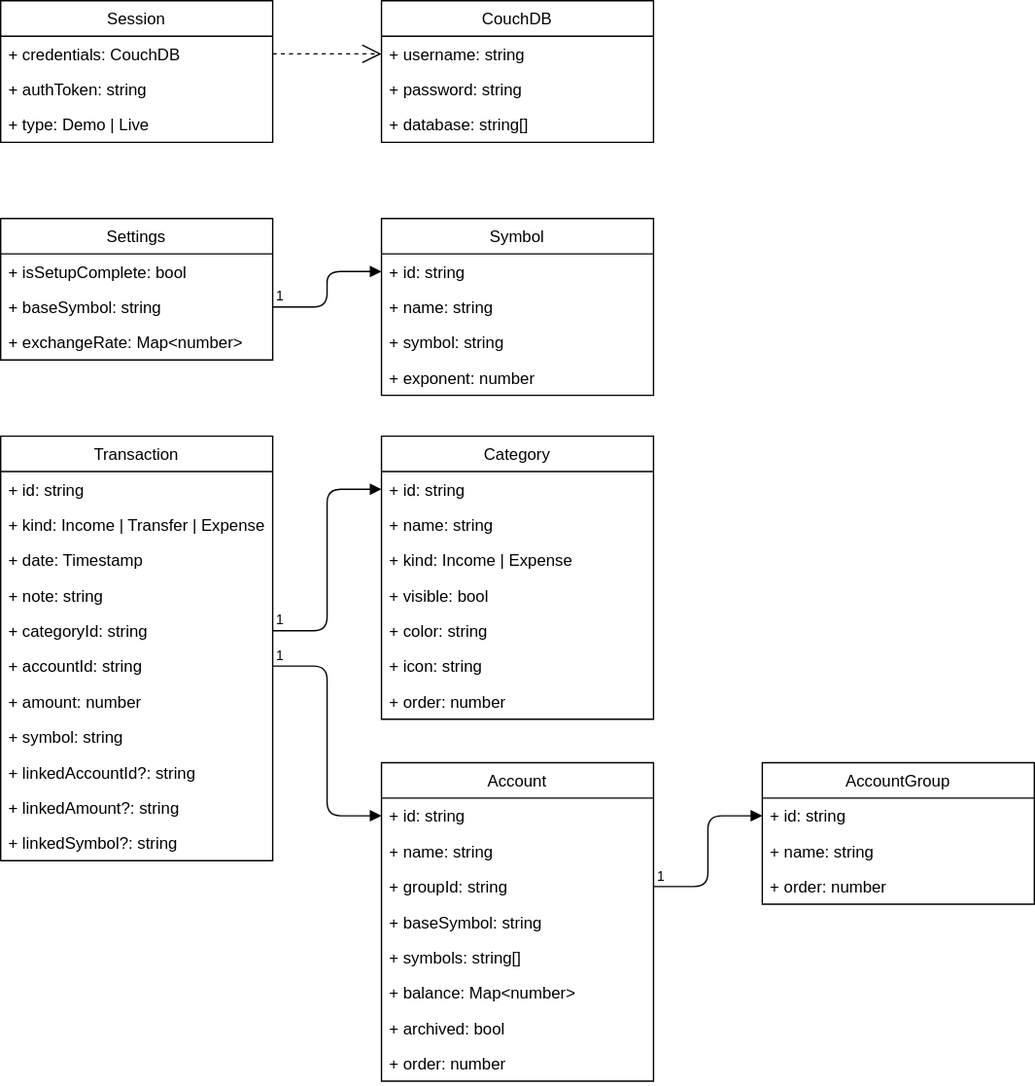
Earlier version of the draw.io export docs/assets/data-model-in-memory.svg (ayastreb/money-tracker). Source tidied: cells renumbered, new cells last; positions are measured from the earlier drawing's top-left corner, leaving out a move shared by most shapes.
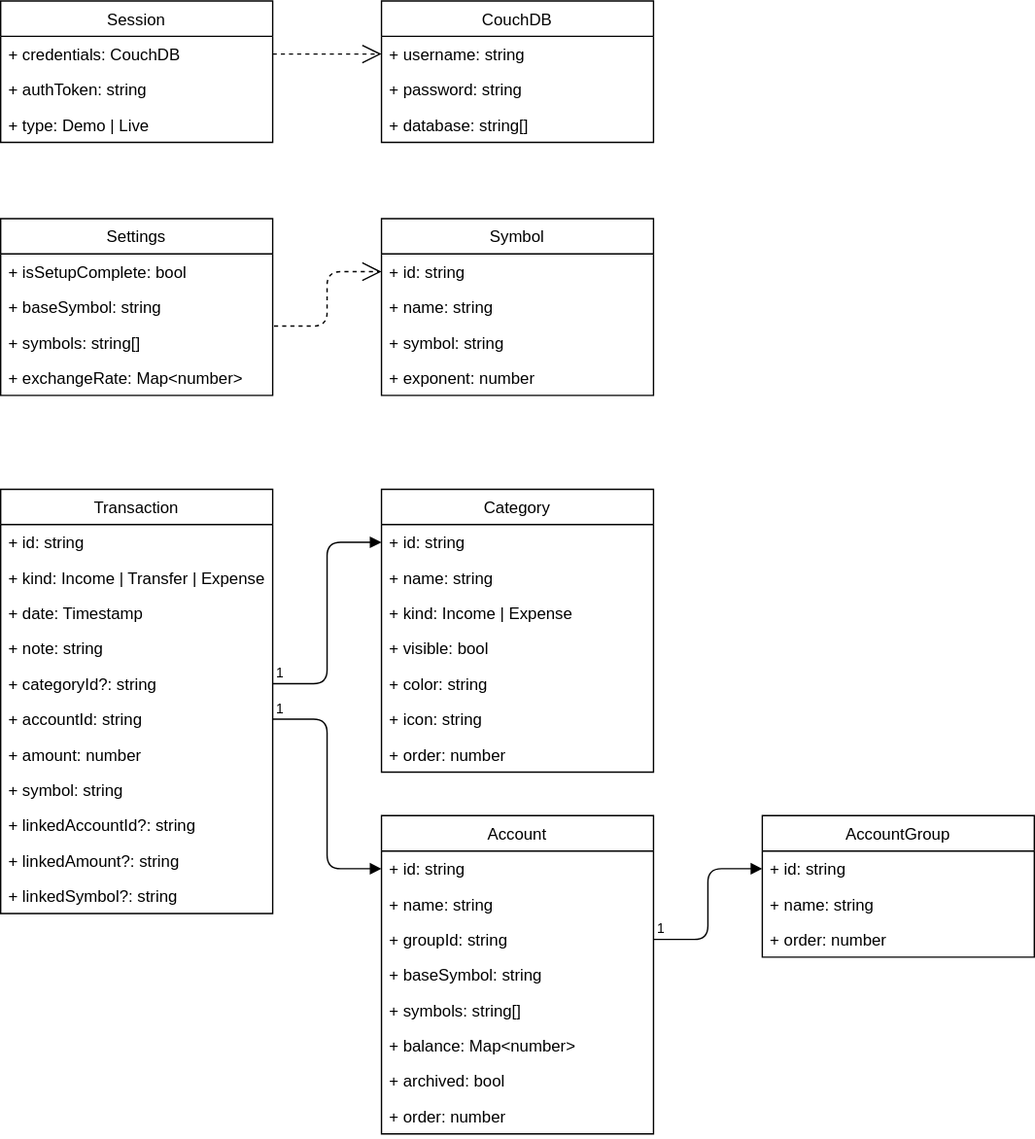
After the commit.

What changed in the source:
```diff
@@ -15,7 +15,7 @@
       <mxGeometry y="78" width="200" height="26" as="geometry" />
     </mxCell>
     <mxCell id="6" value="Settings" style="swimlane;fontStyle=0;horizontal=1;startSize=26;fillColor=none;" parent="1" vertex="1">
-      <mxGeometry y="160" width="200" height="104" as="geometry" />
+      <mxGeometry y="160" width="200" height="130" as="geometry" />
     </mxCell>
     <mxCell id="7" value="+ isSetupComplete: bool" style="text;strokeColor=none;fillColor=none;align=left;verticalAlign=top;spacingLeft=4;spacingRight=4;overflow=hidden;" parent="6" vertex="1">
       <mxGeometry y="26" width="200" height="26" as="geometry" />
@@ -23,11 +23,14 @@
     <mxCell id="8" value="+ baseSymbol: string" style="text;strokeColor=none;fillColor=none;align=left;verticalAlign=top;spacingLeft=4;spacingRight=4;overflow=hidden;points=[[0,0.5],[1,0.5]];portConstraint=eastwest;" parent="6" vertex="1">
       <mxGeometry y="52" width="200" height="26" as="geometry" />
     </mxCell>
+    <mxCell id="61" value="+ symbols: string[]" style="text;strokeColor=none;fillColor=none;align=left;verticalAlign=top;spacingLeft=4;spacingRight=4;overflow=hidden;points=[[0,0.5],[1,0.5]];portConstraint=eastwest;" parent="6" vertex="1">
+      <mxGeometry y="78" width="200" height="26" as="geometry" />
+    </mxCell>
     <mxCell id="9" value="+ exchangeRate: Map&lt;number&gt;" style="text;strokeColor=none;fillColor=none;align=left;verticalAlign=top;spacingLeft=4;spacingRight=4;overflow=hidden;" parent="6" vertex="1">
-      <mxGeometry y="78" width="200" height="26" as="geometry" />
+      <mxGeometry y="104" width="200" height="26" as="geometry" />
     </mxCell>
     <mxCell id="10" value="Account" style="swimlane;fontStyle=0;horizontal=1;startSize=26;fillColor=none;" parent="1" vertex="1">
-      <mxGeometry x="280" y="560" width="200" height="234" as="geometry" />
+      <mxGeometry x="280" y="599" width="200" height="234" as="geometry" />
     </mxCell>
     <mxCell id="11" value="+ id: string" style="text;strokeColor=none;fillColor=none;align=left;verticalAlign=top;spacingLeft=4;spacingRight=4;overflow=hidden;points=[[0,0.5],[1,0.5]];portConstraint=eastwest;" parent="10" vertex="1">
       <mxGeometry y="26" width="200" height="26" as="geometry" />
@@ -54,7 +57,7 @@
       <mxGeometry y="208" width="200" height="26" as="geometry" />
     </mxCell>
     <mxCell id="19" value="Transaction" style="swimlane;fontStyle=0;horizontal=1;startSize=26;fillColor=none;" parent="1" vertex="1">
-      <mxGeometry y="320" width="200" height="312" as="geometry" />
+      <mxGeometry y="359" width="200" height="312" as="geometry" />
     </mxCell>
     <mxCell id="20" value="+ id: string" style="text;strokeColor=none;fillColor=none;align=left;verticalAlign=top;spacingLeft=4;spacingRight=4;overflow=hidden;" parent="19" vertex="1">
       <mxGeometry y="26" width="200" height="26" as="geometry" />
@@ -68,7 +71,7 @@
     <mxCell id="23" value="+ note: string" style="text;strokeColor=none;fillColor=none;align=left;verticalAlign=top;spacingLeft=4;spacingRight=4;overflow=hidden;" parent="19" vertex="1">
       <mxGeometry y="104" width="200" height="26" as="geometry" />
     </mxCell>
-    <mxCell id="24" value="+ categoryId: string" style="text;strokeColor=none;fillColor=none;align=left;verticalAlign=top;spacingLeft=4;spacingRight=4;overflow=hidden;points=[[0,0.5],[1,0.5]];portConstraint=eastwest;" parent="19" vertex="1">
+    <mxCell id="24" value="+ categoryId?: string" style="text;strokeColor=none;fillColor=none;align=left;verticalAlign=top;spacingLeft=4;spacingRight=4;overflow=hidden;points=[[0,0.5],[1,0.5]];portConstraint=eastwest;" parent="19" vertex="1">
       <mxGeometry y="130" width="200" height="26" as="geometry" />
     </mxCell>
     <mxCell id="25" value="+ accountId: string" style="text;strokeColor=none;fillColor=none;align=left;verticalAlign=top;spacingLeft=4;spacingRight=4;overflow=hidden;points=[[0,0.5],[1,0.5]];portConstraint=eastwest;" parent="19" vertex="1">
@@ -96,7 +99,7 @@
       <mxGeometry x="-1" relative="1" as="geometry" />
     </mxCell>
     <mxCell id="33" value="Category" style="swimlane;fontStyle=0;horizontal=1;startSize=26;fillColor=none;" parent="1" vertex="1">
-      <mxGeometry x="280" y="320" width="200" height="208" as="geometry" />
+      <mxGeometry x="280" y="359" width="200" height="208" as="geometry" />
     </mxCell>
     <mxCell id="34" value="+ id: string" style="text;strokeColor=none;fillColor=none;align=left;verticalAlign=top;spacingLeft=4;spacingRight=4;overflow=hidden;points=[[0,0.5],[1,0.5]];portConstraint=eastwest;" parent="33" vertex="1">
       <mxGeometry y="26" width="200" height="26" as="geometry" />
@@ -126,7 +129,7 @@
       <mxGeometry x="-1" relative="1" as="geometry" />
     </mxCell>
     <mxCell id="43" value="AccountGroup" style="swimlane;fontStyle=0;horizontal=1;startSize=26;fillColor=none;" parent="1" vertex="1">
-      <mxGeometry x="560" y="560" width="200" height="104" as="geometry" />
+      <mxGeometry x="560" y="599" width="200" height="104" as="geometry" />
     </mxCell>
     <mxCell id="44" value="+ id: string" style="text;strokeColor=none;fillColor=none;align=left;verticalAlign=top;spacingLeft=4;spacingRight=4;overflow=hidden;points=[[0,0.5],[1,0.5]];portConstraint=eastwest;" parent="43" vertex="1">
       <mxGeometry y="26" width="200" height="26" as="geometry" />
@@ -173,11 +176,13 @@
     <mxCell id="58" style="endArrow=open;endSize=12;dashed=1;html=1;exitX=1;exitY=0.5;entryX=0;entryY=0.5;" parent="1" edge="1" source="3" target="55">
       <mxGeometry relative="1" as="geometry" />
     </mxCell>
-    <mxCell id="59" style="endArrow=block;endFill=1;html=1;edgeStyle=orthogonalEdgeStyle;align=left;verticalAlign=top;exitX=1;exitY=0.5;entryX=0;entryY=0.5;" parent="1" edge="1" source="8" target="50">
-      <mxGeometry x="-1" relative="1" as="geometry" />
-    </mxCell>
-    <mxCell id="60" value="1" style="html=1;align=left;verticalAlign=bottom;labelBackgroundColor=#ffffff;fontSize=10;" parent="59" vertex="1">
-      <mxGeometry x="-1" relative="1" as="geometry" />
-    </mxCell>
+    <mxCell id="62" style="endArrow=open;endSize=12;dashed=1;html=1;exitX=1.004;exitY=0.054;entryX=0;entryY=0.5;edgeStyle=orthogonalEdgeStyle;exitPerimeter=0;" parent="1" edge="1" source="61" target="50">
+      <mxGeometry relative="1" as="geometry">
+        <Array as="points">
+          <mxPoint x="240" y="239" />
+          <mxPoint x="240" y="199" />
+        </Array>
+      </mxGeometry>
+    </mxCell>
   </root>
 </mxGraphModel>
```
